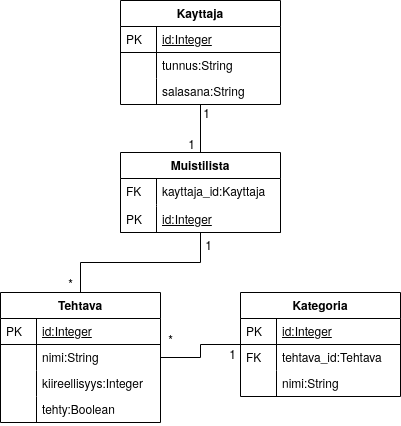
Above: documentation/tietokantakaavio.png in Pentza/tsoha-todolist (draw.io), before the change. Source tidied: cells renumbered, new cells last; positions are measured from the earlier drawing's top-left corner, leaving out a move shared by most shapes.
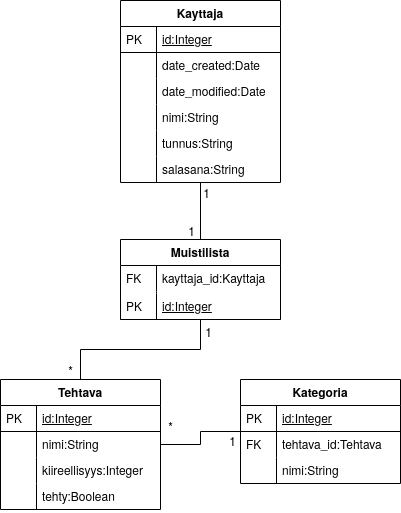
The same diagram one commit later.

Change to the diagram source:
```diff
@@ -3,7 +3,7 @@
     <mxCell id="0" />
     <mxCell id="1" parent="0" />
     <mxCell id="2" value="Kayttaja" style="swimlane;fontStyle=1;horizontal=1;startSize=26;rounded=0;shadow=0;strokeWidth=1;" parent="1" vertex="1">
-      <mxGeometry x="120" width="160" height="104" as="geometry" />
+      <mxGeometry x="120" y="-87" width="160" height="182" as="geometry" />
     </mxCell>
     <mxCell id="3" value="id:Integer" style="shape=partialRectangle;top=0;left=0;right=0;bottom=1;align=left;verticalAlign=top;fillColor=none;spacingLeft=40;spacingRight=4;overflow=hidden;rounded=0;shadow=0;strokeWidth=1;fontStyle=4;" parent="2" vertex="1">
       <mxGeometry y="26" width="160" height="26" as="geometry" />
@@ -11,14 +11,32 @@
     <mxCell id="4" value="PK" style="shape=partialRectangle;top=0;left=0;bottom=0;fillColor=none;align=left;verticalAlign=top;spacingLeft=4;spacingRight=4;overflow=hidden;" parent="3" vertex="1">
       <mxGeometry width="36" height="26" as="geometry" />
     </mxCell>
+    <mxCell id="41" value="date_created:Date" style="shape=partialRectangle;top=0;left=0;right=0;bottom=0;align=left;verticalAlign=top;fillColor=none;spacingLeft=40;spacingRight=4;overflow=hidden;rounded=0;shadow=0;strokeWidth=1;" parent="2" vertex="1">
+      <mxGeometry y="52" width="160" height="26" as="geometry" />
+    </mxCell>
+    <mxCell id="42" style="shape=partialRectangle;top=0;left=0;bottom=0;fillColor=none;align=left;verticalAlign=top;spacingLeft=4;spacingRight=4;overflow=hidden;" parent="41" vertex="1">
+      <mxGeometry width="36" height="26" as="geometry" />
+    </mxCell>
+    <mxCell id="43" value="date_modified:Date" style="shape=partialRectangle;top=0;left=0;right=0;bottom=0;align=left;verticalAlign=top;fillColor=none;spacingLeft=40;spacingRight=4;overflow=hidden;rounded=0;shadow=0;strokeWidth=1;" parent="2" vertex="1">
+      <mxGeometry y="78" width="160" height="26" as="geometry" />
+    </mxCell>
+    <mxCell id="44" style="shape=partialRectangle;top=0;left=0;bottom=0;fillColor=none;align=left;verticalAlign=top;spacingLeft=4;spacingRight=4;overflow=hidden;" parent="43" vertex="1">
+      <mxGeometry width="36" height="26" as="geometry" />
+    </mxCell>
+    <mxCell id="45" value="nimi:String" style="shape=partialRectangle;top=0;left=0;right=0;bottom=0;align=left;verticalAlign=top;fillColor=none;spacingLeft=40;spacingRight=4;overflow=hidden;rounded=0;shadow=0;strokeWidth=1;" parent="2" vertex="1">
+      <mxGeometry y="104" width="160" height="26" as="geometry" />
+    </mxCell>
+    <mxCell id="46" style="shape=partialRectangle;top=0;left=0;bottom=0;fillColor=none;align=left;verticalAlign=top;spacingLeft=4;spacingRight=4;overflow=hidden;" parent="45" vertex="1">
+      <mxGeometry width="36" height="26" as="geometry" />
+    </mxCell>
     <mxCell id="5" value="tunnus:String" style="shape=partialRectangle;top=0;left=0;right=0;bottom=0;align=left;verticalAlign=top;fillColor=none;spacingLeft=40;spacingRight=4;overflow=hidden;rounded=0;shadow=0;strokeWidth=1;" parent="2" vertex="1">
-      <mxGeometry y="52" width="160" height="26" as="geometry" />
+      <mxGeometry y="130" width="160" height="26" as="geometry" />
     </mxCell>
     <mxCell id="6" style="shape=partialRectangle;top=0;left=0;bottom=0;fillColor=none;align=left;verticalAlign=top;spacingLeft=4;spacingRight=4;overflow=hidden;" parent="5" vertex="1">
       <mxGeometry width="36" height="26" as="geometry" />
     </mxCell>
     <mxCell id="7" value="salasana:String" style="shape=partialRectangle;top=0;left=0;right=0;bottom=0;align=left;verticalAlign=top;fillColor=none;spacingLeft=40;spacingRight=4;overflow=hidden;rounded=0;shadow=0;strokeWidth=1;" parent="2" vertex="1">
-      <mxGeometry y="78" width="160" height="26" as="geometry" />
+      <mxGeometry y="156" width="160" height="26" as="geometry" />
     </mxCell>
     <mxCell id="8" style="shape=partialRectangle;top=0;left=0;bottom=0;fillColor=none;align=left;verticalAlign=top;spacingLeft=4;spacingRight=4;overflow=hidden;" parent="7" vertex="1">
       <mxGeometry width="36" height="26" as="geometry" />
@@ -114,7 +132,7 @@
       <mxGeometry x="198" y="234" width="20" height="20" as="geometry" />
     </mxCell>
     <mxCell id="39" value="&lt;div&gt;1&lt;/div&gt;" style="text;html=1;align=center;verticalAlign=middle;" parent="1" vertex="1">
-      <mxGeometry x="196" y="102" width="20" height="20" as="geometry" />
+      <mxGeometry x="196" y="95" width="20" height="20" as="geometry" />
     </mxCell>
     <mxCell id="40" value="&lt;div&gt;1&lt;/div&gt;" style="text;html=1;align=center;verticalAlign=middle;" parent="1" vertex="1">
       <mxGeometry x="181" y="133" width="20" height="20" as="geometry" />
```
